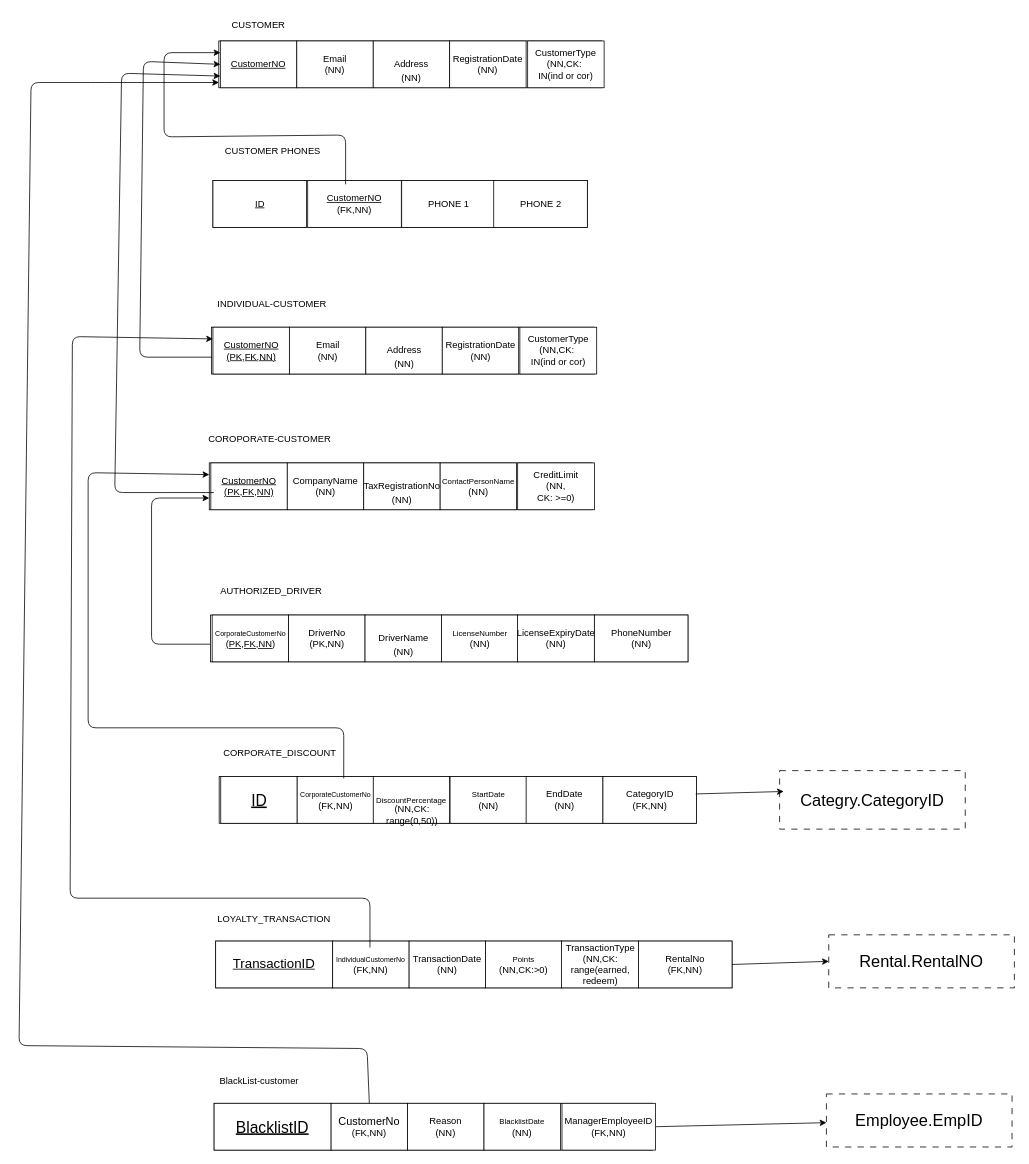
Before: page "schema-3" (11 of 16) of DriveNow.drawio in Manar166/Manar166-Database-Assignment-1, a draw.io diagram. Source tidied: cells renumbered, new cells numbered last; positions are measured from the earlier drawing's top-left corner, leaving out a move shared by most shapes. Both pictures are drawn from the tidied source at 78%, with x=0, y=0 at pixel (19, 13).
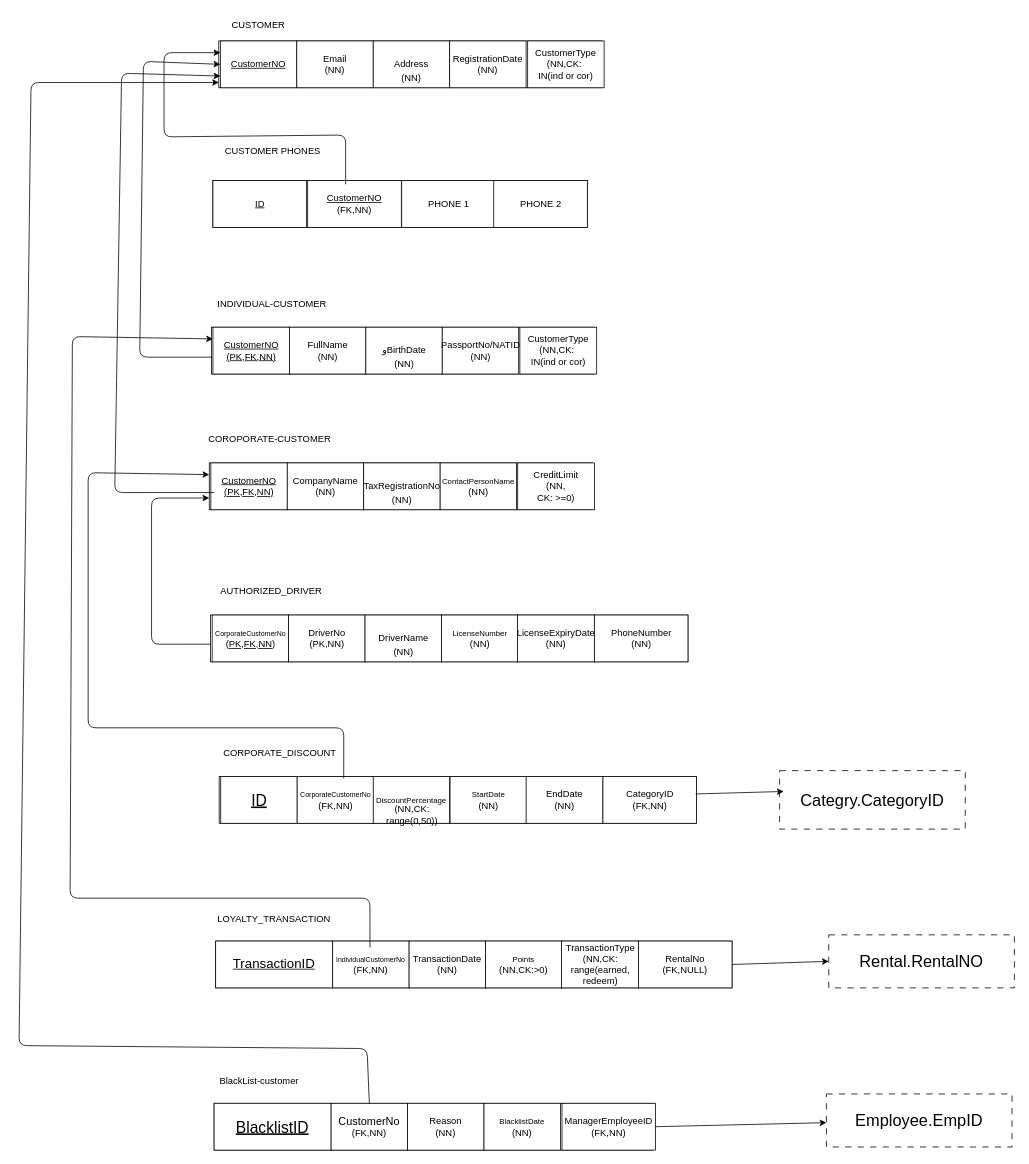
After the change.

The edit, as a diff of the source:
```diff
@@
-    <mxCell id="12" value="Email&lt;div&gt;(NN)&lt;/div&gt;" style="whiteSpace=wrap;html=1;" parent="1" vertex="1">
+    <mxCell id="12" value="FullName &lt;div&gt;(NN)&lt;/div&gt;" style="whiteSpace=wrap;html=1;" parent="1" vertex="1">
       <mxGeometry x="346.5" y="402" width="98" height="60" as="geometry" />
     </mxCell>
-    <mxCell id="13" value="Address" style="whiteSpace=wrap;html=1;" parent="1" vertex="1">
+    <mxCell id="13" value="وBirthDate " style="whiteSpace=wrap;html=1;" parent="1" vertex="1">
       <mxGeometry x="444.5" y="402" width="98" height="60" as="geometry" />
     </mxCell>
-    <mxCell id="14" value="RegistrationDate&lt;div&gt;(NN)&lt;/div&gt;" style="whiteSpace=wrap;html=1;" parent="1" vertex="1">
+    <mxCell id="14" value="PassportNo/NATID&lt;div&gt;(NN)&lt;/div&gt;" style="whiteSpace=wrap;html=1;" parent="1" vertex="1">
       <mxGeometry x="542.5" y="402" width="98" height="60" as="geometry" />
     </mxCell>
@@
-    <mxCell id="57" value="RentalNo&lt;div&gt;(FK,NN)&lt;/div&gt;" style="whiteSpace=wrap;html=1;" parent="1" vertex="1">
+    <mxCell id="57" value="RentalNo&lt;div&gt;(FK,NULL)&lt;/div&gt;" style="whiteSpace=wrap;html=1;" parent="1" vertex="1">
       <mxGeometry x="794" y="1189" width="120" height="60" as="geometry" />
     </mxCell>
```
